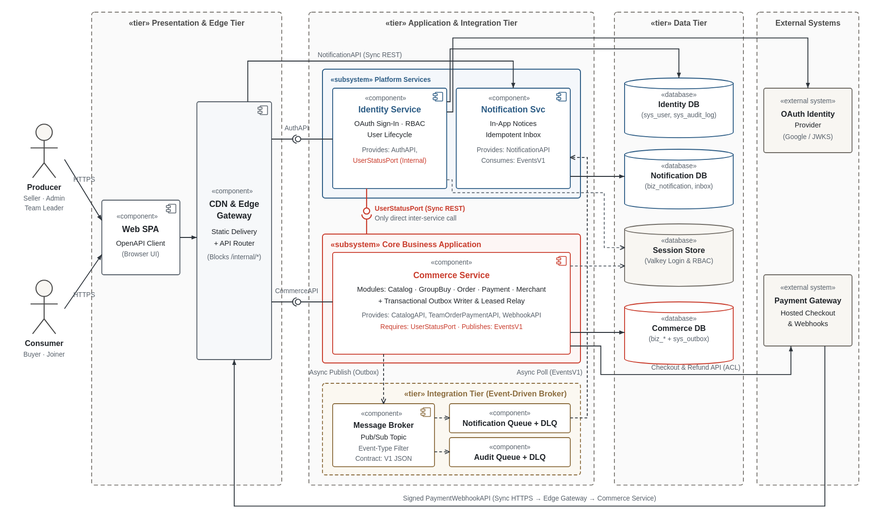
Before: docs/swe5001/report/diagrams/d3-logical-view.svg, a diagram exported from PlantUML (PPsyrius/iss-groupbuy-team8). Its source is kept beside it as docs/swe5001/report/diagrams/d3-logical-view.puml. The source it was exported from:
```plantuml
@startuml d3-logical-view
skinparam componentStyle uml2
skinparam linetype ortho
skinparam Shadowing false

actor "Producer\n(Seller / Admin)" as Producer
actor "Consumer\n(Buyer / Team Leader)" as Consumer

package "Presentation Tier" {
  [Web SPA] <<component>> as SPA
  [CDN & Edge Gateway] <<component>> as Edge
}

package "Application Tier" {
  package "«subsystem» Platform Services" #F1F4FD {
    [Identity Service] <<component>> as IdentitySvc
    [Notification Service] <<component>> as NotificationSvc
  }
  package "«subsystem» Business Application" #FDEFEC {
    [Commerce Service\n(Catalog · GroupBuy · Order · Payment\n+ Transactional Outbox Relay)] <<component>> as CommerceSvc
  }
}

package "Integration Tier" #FFF6E2 {
  [Message Broker\n(Topic Fan-out)] <<component>> as Broker
  [Notification Event Queue (+ DLQ)] <<component>> as NotifQueue
  [Audit Event Queue (+ DLQ)] <<component>> as AuditQueue
}

package "Data Tier" {
  database "Session Store\n(Shared Auth & RBAC Snapshot)" <<database>> as SessionStore
  database "Identity Database" <<database>> as IdentityDB
  database "Commerce Database" <<database>> as CommerceDB
  database "Notification Database" <<database>> as NotifDB
}

package "External Systems" {
  [External OAuth Provider] <<external system>> as OAuthExt
  [External Payment Provider] <<external system>> as PaymentExt
}

interface "ProducerAPI\n(Sync HTTPS)" as IProducer
interface "ConsumerAPI\n(Sync HTTPS)" as IConsumer
interface "AuthAPI\n(Sync REST)" as IAuth
interface "NotificationAPI\n(Sync REST)" as INotif
interface "CommerceAPI\n(Sync REST)" as ICommerce
interface "UserStatusPort\n(Sync REST)" as IUserPort #E8402A
interface "PaymentWebhookAPI\n(Sync HTTPS)" as IWebhook
interface "PublishedEventsV1\n(Async Event Contract)" as IEvents

Producer --> IProducer
Consumer --> IConsumer
SPA -up- IProducer
SPA -up- IConsumer
SPA --> Edge : Sync HTTPS

Edge --> IAuth
IAuth - IdentitySvc

Edge --> INotif
INotif - NotificationSvc

Edge --> ICommerce
ICommerce - CommerceSvc

CommerceSvc -[#E8402A,bold]-> IUserPort : 유일 Sync Inter-Service Call\n(UserAppService)
IUserPort - IdentitySvc

CommerceSvc ..> IEvents : Async Publish (Outbox Relay)
IEvents - Broker
Broker ..> NotifQueue : Async Fan-out
Broker ..> AuditQueue : Async Fan-out (Extension Point)
NotificationSvc ..> NotifQueue : Async Poll (Idempotent Consumer)

IdentitySvc ..> SessionStore : Write Auth & RBAC Session
CommerceSvc ..> SessionStore : Read Session
NotificationSvc ..> SessionStore : Read Session

IdentitySvc --> IdentityDB : SQL (Owner/App Role)
CommerceSvc --> CommerceDB : SQL (Owner/App Role)
NotificationSvc --> NotifDB : SQL (Owner/App Role)

IdentitySvc --> OAuthExt : OAuth 2.0 (ACL)
CommerceSvc --> PaymentExt : Checkout & Refund API (ACL)
PaymentExt --> IWebhook : Signed Webhook
IWebhook - Edge
@enduml
```
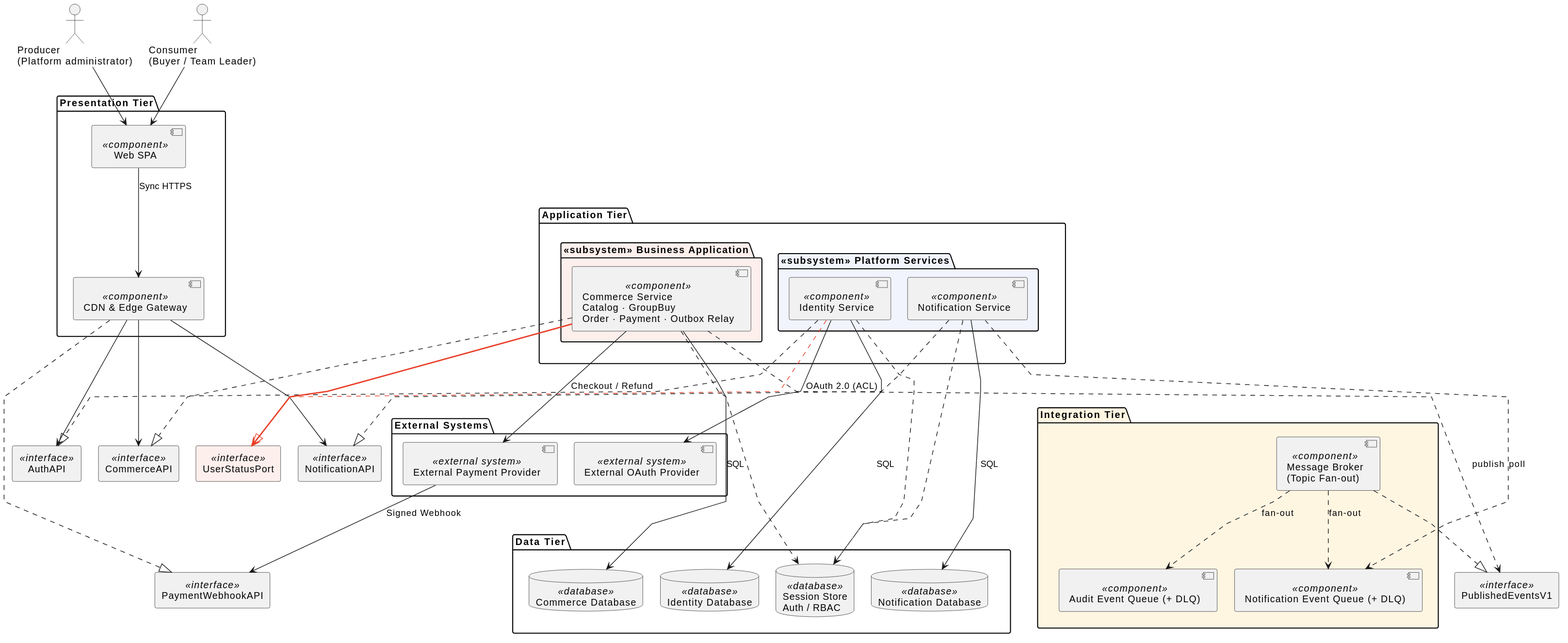
The same diagram one commit later.

Diff of the diagram source:
```diff
@@ -1,34 +1,36 @@
 @startuml d3-logical-view
 skinparam componentStyle uml2
-skinparam linetype ortho
+skinparam linetype polyline
 skinparam Shadowing false
+skinparam nodesep 25
+skinparam ranksep 35
 
-actor "Producer\n(Seller / Admin)" as Producer
+actor "Producer\n(Platform administrator)" as Producer
 actor "Consumer\n(Buyer / Team Leader)" as Consumer
 
-package "Presentation Tier" {
+package "Presentation Tier" as PresentationTier {
   [Web SPA] <<component>> as SPA
   [CDN & Edge Gateway] <<component>> as Edge
 }
 
-package "Application Tier" {
+package "Application Tier" as ApplicationTier {
   package "«subsystem» Platform Services" #F1F4FD {
     [Identity Service] <<component>> as IdentitySvc
     [Notification Service] <<component>> as NotificationSvc
   }
   package "«subsystem» Business Application" #FDEFEC {
-    [Commerce Service\n(Catalog · GroupBuy · Order · Payment\n+ Transactional Outbox Relay)] <<component>> as CommerceSvc
+    [Commerce Service\nCatalog · GroupBuy\nOrder · Payment · Outbox Relay] <<component>> as CommerceSvc
   }
 }
 
-package "Integration Tier" #FFF6E2 {
+package "Integration Tier" as IntegrationTier #FFF6E2 {
   [Message Broker\n(Topic Fan-out)] <<component>> as Broker
   [Notification Event Queue (+ DLQ)] <<component>> as NotifQueue
   [Audit Event Queue (+ DLQ)] <<component>> as AuditQueue
 }
 
-package "Data Tier" {
-  database "Session Store\n(Shared Auth & RBAC Snapshot)" <<database>> as SessionStore
+package "Data Tier" as DataTier {
+  database "Session Store\nAuth / RBAC" <<database>> as SessionStore
   database "Identity Database" <<database>> as IdentityDB
   database "Commerce Database" <<database>> as CommerceDB
   database "Notification Database" <<database>> as NotifDB
@@ -39,49 +41,51 @@
   [External Payment Provider] <<external system>> as PaymentExt
 }
 
-interface "ProducerAPI\n(Sync HTTPS)" as IProducer
-interface "ConsumerAPI\n(Sync HTTPS)" as IConsumer
-interface "AuthAPI\n(Sync REST)" as IAuth
-interface "NotificationAPI\n(Sync REST)" as INotif
-interface "CommerceAPI\n(Sync REST)" as ICommerce
-interface "UserStatusPort\n(Sync REST)" as IUserPort #E8402A
-interface "PaymentWebhookAPI\n(Sync HTTPS)" as IWebhook
-interface "PublishedEventsV1\n(Async Event Contract)" as IEvents
+rectangle "AuthAPI" <<interface>> as IAuth
+rectangle "NotificationAPI" <<interface>> as INotif
+rectangle "CommerceAPI" <<interface>> as ICommerce
+rectangle "UserStatusPort" <<interface>> as IUserPort #FDEFEC
+rectangle "PaymentWebhookAPI" <<interface>> as IWebhook
+rectangle "PublishedEventsV1" <<interface>> as IEvents
 
-Producer --> IProducer
-Consumer --> IConsumer
-SPA -up- IProducer
-SPA -up- IConsumer
+Producer --> SPA
+Consumer --> SPA
 SPA --> Edge : Sync HTTPS
 
 Edge --> IAuth
-IAuth - IdentitySvc
+IdentitySvc ..|> IAuth
 
 Edge --> INotif
-INotif - NotificationSvc
+NotificationSvc ..|> INotif
 
 Edge --> ICommerce
-ICommerce - CommerceSvc
+CommerceSvc ..|> ICommerce
 
-CommerceSvc -[#E8402A,bold]-> IUserPort : 유일 Sync Inter-Service Call\n(UserAppService)
-IUserPort - IdentitySvc
+CommerceSvc -[#E8402A,bold]-> IUserPort
+IdentitySvc .[#E8402A].|> IUserPort
 
-CommerceSvc ..> IEvents : Async Publish (Outbox Relay)
-IEvents - Broker
-Broker ..> NotifQueue : Async Fan-out
-Broker ..> AuditQueue : Async Fan-out (Extension Point)
-NotificationSvc ..> NotifQueue : Async Poll (Idempotent Consumer)
+CommerceSvc ..> IEvents : publish
+Broker ..|> IEvents
+Broker ..> NotifQueue : fan-out
+Broker ..> AuditQueue : fan-out
+NotificationSvc ..> NotifQueue : poll
 
-IdentitySvc ..> SessionStore : Write Auth & RBAC Session
-CommerceSvc ..> SessionStore : Read Session
-NotificationSvc ..> SessionStore : Read Session
+IdentitySvc ..> SessionStore
+CommerceSvc ..> SessionStore
+NotificationSvc ..> SessionStore
 
-IdentitySvc --> IdentityDB : SQL (Owner/App Role)
-CommerceSvc --> CommerceDB : SQL (Owner/App Role)
-NotificationSvc --> NotifDB : SQL (Owner/App Role)
+IdentitySvc --> IdentityDB : SQL
+CommerceSvc --> CommerceDB : SQL
+NotificationSvc --> NotifDB : SQL
 
 IdentitySvc --> OAuthExt : OAuth 2.0 (ACL)
-CommerceSvc --> PaymentExt : Checkout & Refund API (ACL)
+CommerceSvc --> PaymentExt : Checkout / Refund
 PaymentExt --> IWebhook : Signed Webhook
-IWebhook - Edge
+Edge ..|> IWebhook
+
+PresentationTier -[hidden]down-> ApplicationTier
+ApplicationTier -[hidden]down-> IntegrationTier
+IntegrationTier -[hidden]down-> DataTier
+IAuth -[hidden]right-> ICommerce
+ICommerce -[hidden]right-> INotif
 @enduml
```
